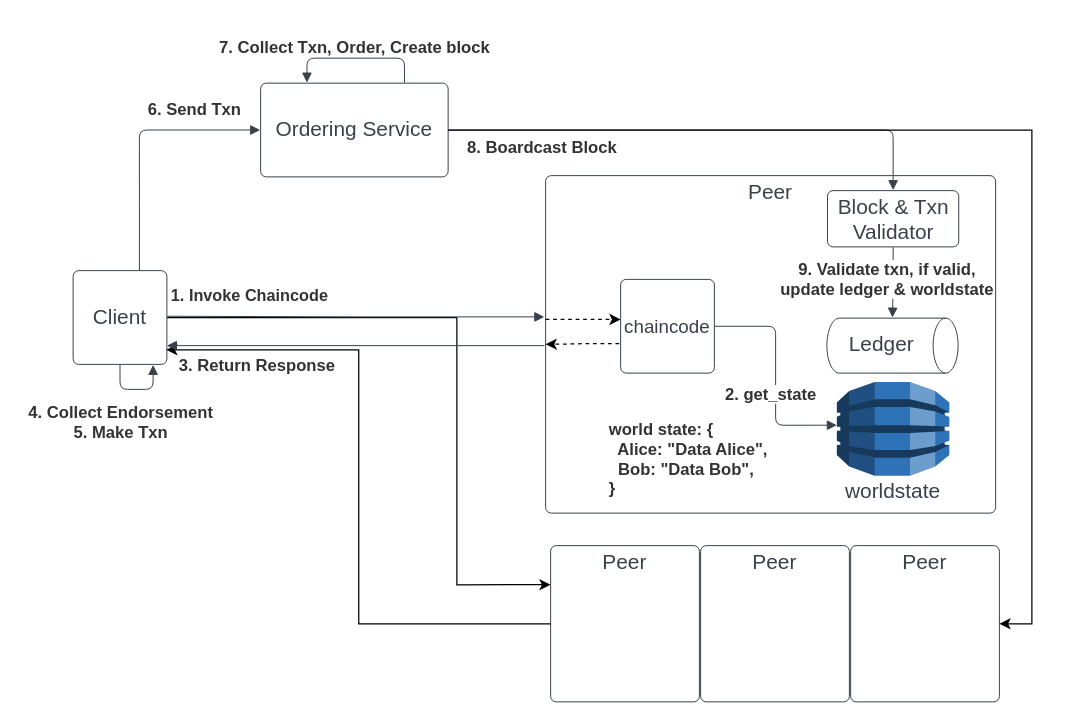
This is fabric.drawio from chenchanglew/systex2024, a draw.io file, before an edit. Source tidied: cells renumbered, new cells numbered last; positions are measured from the earlier drawing's top-left corner, leaving out a move shared by most shapes. Both pictures are drawn from the tidied source at 125%, with x=0, y=0 at pixel (72, 58).
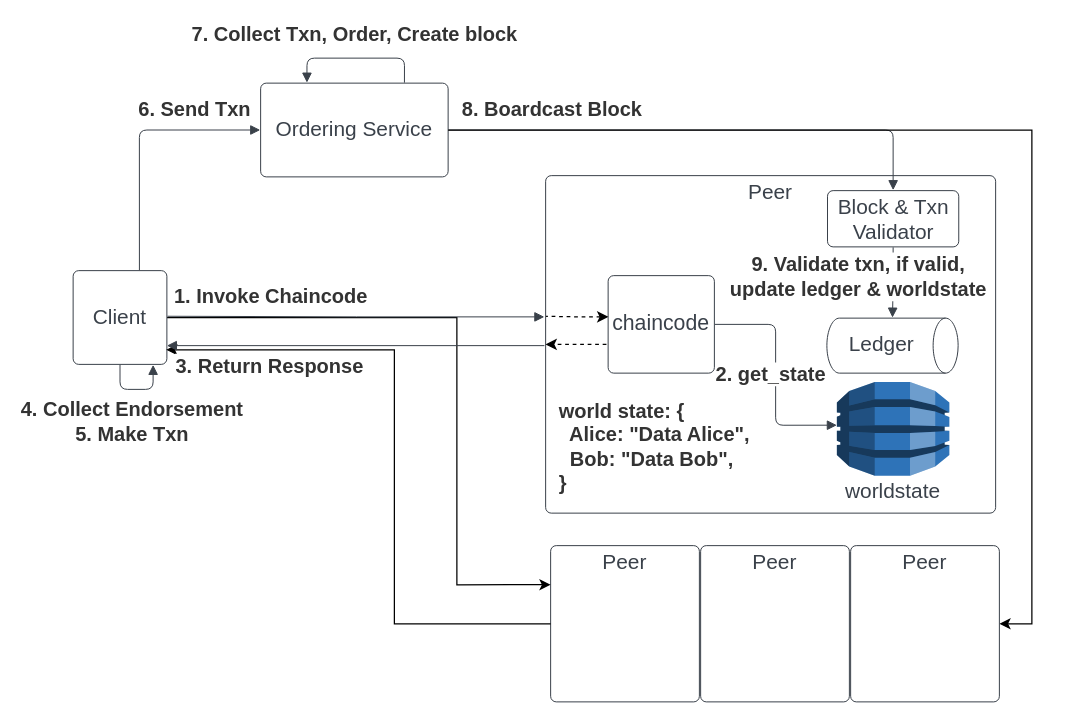
The same diagram, later.

Commit message:
Make font bigger fabric.drawio

Unchanged cells that the change refers to:
```xml
<mxCell id="2" value="Peer&#10;&#10;&#10;&#10;&#10;&#10;&#10;&#10;&#10;&#10;&#10;&#10;&#10;" style="html=1;overflow=block;blockSpacing=1;whiteSpace=wrap;fontSize=16.7;fontColor=#3a414a;spacing=3.8;strokeColor=#3a414a;strokeOpacity=100;rounded=1;absoluteArcSize=1;arcSize=9;strokeWidth=0.8;lucidId=gJdIC6EkD9Za;" parent="1" vertex="1">
  <mxGeometry x="382" y="390" width="119" height="125" as="geometry" />
</mxCell>
<mxCell id="4" value="Client" style="html=1;overflow=block;blockSpacing=1;whiteSpace=wrap;fontSize=16.7;fontColor=#3a414a;spacing=3.8;strokeColor=#3a414a;strokeOpacity=100;rounded=1;absoluteArcSize=1;arcSize=9;strokeWidth=0.8;lucidId=gJdIgxv0D-uK;" parent="1" vertex="1">
  <mxGeometry y="170" width="75" height="75" as="geometry" />
</mxCell>
<mxCell id="6" value="Peer&#10;&#10;&#10;&#10;&#10;&#10;&#10;&#10;&#10;&#10;&#10;&#10;&#10;" style="html=1;overflow=block;blockSpacing=1;whiteSpace=wrap;fontSize=16.7;fontColor=#3a414a;spacing=3.8;strokeColor=#3a414a;strokeOpacity=100;rounded=1;absoluteArcSize=1;arcSize=9;strokeWidth=0.8;lucidId=gJdIC6EkD9Za;" parent="1" vertex="1">
  <mxGeometry x="378" y="94" width="360" height="270" as="geometry" />
</mxCell>
<mxCell id="12" style="html=1;jettySize=18;whiteSpace=wrap;fontSize=13;strokeColor=#3a414a;strokeOpacity=100;strokeWidth=0.8;rounded=1;arcSize=12;edgeStyle=orthogonalEdgeStyle;startArrow=none;endArrow=block;endFill=1;exitX=1.005;exitY=0.5;exitPerimeter=0;entryX=0;entryY=0.462;entryPerimeter=0;lucidId=gJdI9AyTRsS.;" parent="6" edge="1" source="8" target="9">
  <mxGeometry relative="1" as="geometry" />
</mxCell>
<mxCell id="14" style="html=1;jettySize=18;whiteSpace=wrap;fontSize=13;strokeColor=#3a414a;strokeOpacity=100;strokeWidth=0.8;rounded=1;arcSize=12;edgeStyle=orthogonalEdgeStyle;startArrow=none;endArrow=block;endFill=1;exitX=0.5;exitY=1.008;exitPerimeter=0;entryX=0.5;entryY=-0.009;entryPerimeter=0;lucidId=gJdIpPk4oHPC;" parent="6" edge="1" source="10" target="11">
  <mxGeometry relative="1" as="geometry" />
</mxCell>
<mxCell id="18" style="html=1;jettySize=18;whiteSpace=wrap;fontSize=13;strokeColor=#3a414a;strokeOpacity=100;strokeWidth=0.8;rounded=1;arcSize=12;edgeStyle=orthogonalEdgeStyle;startArrow=none;endArrow=block;endFill=1;exitX=1.005;exitY=0.5;exitPerimeter=0;lucidId=gJdIXWOxPbk5;" parent="1" edge="1">
  <mxGeometry relative="1" as="geometry">
    <mxPoint x="75.4" y="206.5" as="sourcePoint" />
    <mxPoint x="377" y="207" as="targetPoint" />
  </mxGeometry>
</mxCell>
<mxCell id="21" style="html=1;jettySize=18;whiteSpace=wrap;overflow=block;blockSpacing=1;fontSize=13;strokeColor=#3a414a;strokeOpacity=100;strokeWidth=0.8;rounded=1;arcSize=12;edgeStyle=orthogonalEdgeStyle;startArrow=none;endArrow=block;endFill=1;exitX=0.5;exitY=1.005;exitPerimeter=0;entryX=0.853;entryY=1.005;entryPerimeter=0;lucidId=gJdI6e9lcOTb;" parent="1" edge="1" source="4" target="4">
  <mxGeometry relative="1" as="geometry">
    <Array as="points">
      <mxPoint x="38" y="265" />
      <mxPoint x="64" y="265" />
    </Array>
  </mxGeometry>
</mxCell>
<mxCell id="23" style="html=1;jettySize=18;whiteSpace=wrap;fontSize=13;strokeColor=#3a414a;strokeOpacity=100;strokeWidth=0.8;rounded=1;arcSize=12;edgeStyle=orthogonalEdgeStyle;startArrow=none;endArrow=block;endFill=1;exitX=0.707;exitY=-0.005;exitPerimeter=0;entryX=-0.002;entryY=0.5;entryPerimeter=0;lucidId=gJdIMfJJn0Pu;" parent="1" edge="1" source="4" target="5">
  <mxGeometry relative="1" as="geometry" />
</mxCell>
<mxCell id="25" style="html=1;jettySize=18;whiteSpace=wrap;fontSize=13;strokeColor=#3a414a;strokeOpacity=100;strokeWidth=0.8;rounded=1;arcSize=12;edgeStyle=orthogonalEdgeStyle;startArrow=none;endArrow=block;endFill=1;exitX=0.767;exitY=-0.005;exitPerimeter=0;entryX=0.247;entryY=-0.005;entryPerimeter=0;lucidId=gJdIUVIgrSRE;" parent="1" edge="1" source="5" target="5">
  <mxGeometry relative="1" as="geometry">
    <Array as="points">
      <mxPoint x="265" />
      <mxPoint x="187" />
    </Array>
  </mxGeometry>
</mxCell>
<mxCell id="28" style="html=1;jettySize=18;whiteSpace=wrap;fontSize=13;strokeColor=#3a414a;strokeOpacity=100;strokeWidth=0.8;rounded=1;arcSize=12;edgeStyle=orthogonalEdgeStyle;startArrow=none;endArrow=block;endFill=1;lucidId=gJdIGSDJXt0t;" parent="1" edge="1">
  <mxGeometry relative="1" as="geometry">
    <mxPoint x="377" y="230" as="sourcePoint" />
    <mxPoint x="75" y="230" as="targetPoint" />
  </mxGeometry>
</mxCell>
<mxCell id="30" style="html=1;jettySize=18;whiteSpace=wrap;fontSize=13;strokeColor=#3a414a;strokeOpacity=100;strokeWidth=0.8;rounded=1;arcSize=12;edgeStyle=orthogonalEdgeStyle;startArrow=none;endArrow=block;endFill=1;exitX=1.002;exitY=0.5;exitPerimeter=0;entryX=0.5;entryY=-0.008;entryPerimeter=0;lucidId=gJdI1uD7Hwsn;" parent="1" edge="1" source="5" target="10">
  <mxGeometry relative="1" as="geometry" />
</mxCell>
```

Diff of the diagram source:
```diff
@@
-    <mxCell id="7" style="edgeStyle=orthogonalEdgeStyle;rounded=0;jettySize=auto;html=1;entryX=0;entryY=0.5;entryDx=0;entryDy=0;exitX=-0.015;exitY=0.684;exitDx=0;exitDy=0;exitPerimeter=0;dashed=1;" parent="6" edge="1" source="8" target="6">
-      <mxGeometry relative="1" as="geometry">
-        <Array as="points">
-          <mxPoint x="40" y="134" />
-        </Array>
-      </mxGeometry>
-    </mxCell>
+    <mxCell id="35" style="edgeStyle=orthogonalEdgeStyle;rounded=0;jettySize=auto;html=1;entryX=0;entryY=0.5;entryDx=0;entryDy=0;exitX=-0.016;exitY=0.705;exitDx=0;exitDy=0;exitPerimeter=0;dashed=1;" parent="6" edge="1" source="8" target="6">
+      <mxGeometry relative="1" as="geometry">
+        <Array as="points">
+          <mxPoint x="39" y="135" />
+          <mxPoint x="39" y="135" />
+        </Array>
+      </mxGeometry>
+    </mxCell>
-    <mxCell id="8" value="&lt;font style=&quot;font-size: 15px;&quot;&gt;chaincode&lt;/font&gt;" style="html=1;overflow=block;blockSpacing=1;whiteSpace=wrap;fontSize=16.7;fontColor=#3a414a;spacing=3.8;strokeColor=#3a414a;strokeOpacity=100;rounded=1;absoluteArcSize=1;arcSize=9;strokeWidth=0.8;lucidId=gJdI5SxZYz~T;" parent="6" vertex="1">
-      <mxGeometry x="60" y="83" width="75" height="75" as="geometry" />
+    <mxCell id="8" value="&lt;font style=&quot;font-size: 17px;&quot;&gt;chaincode&lt;/font&gt;" style="html=1;overflow=block;blockSpacing=1;whiteSpace=wrap;fontSize=16.7;fontColor=#3a414a;spacing=3.8;strokeColor=#3a414a;strokeOpacity=100;rounded=1;absoluteArcSize=1;arcSize=9;strokeWidth=0.8;lucidId=gJdI5SxZYz~T;" parent="6" vertex="1">
+      <mxGeometry x="50" y="80" width="85" height="78" as="geometry" />
     </mxCell>
@@
-    <mxCell id="13" value="2. get_state" style="text;html=1;labelBackgroundColor=default;align=center;verticalAlign=middle;fontStyle=1;fontColor=#333333;fontSize=13.3;" parent="12" vertex="1">
+    <mxCell id="13" value="&lt;font style=&quot;font-size: 16px;&quot;&gt;2. get_state&lt;/font&gt;" style="text;html=1;labelBackgroundColor=default;align=center;verticalAlign=middle;fontStyle=1;fontColor=#333333;fontSize=13.3;" parent="12" vertex="1">
       <mxGeometry x="-0.48" relative="1" as="geometry">
-        <mxPoint x="-2" y="54" as="offset" />
+        <mxPoint x="-2" y="39" as="offset" />
       </mxGeometry>
     </mxCell>
@@
-    <mxCell id="15" value="9. Validate txn, if valid,&#10;update ledger &amp; worldstate" style="text;html=1;labelBackgroundColor=default;align=center;verticalAlign=middle;fontStyle=1;fontColor=#333333;fontSize=13.3;" parent="14" vertex="1">
+    <mxCell id="15" value="&lt;font style=&quot;font-size: 16px;&quot;&gt;9. Validate txn, if valid,&lt;br&gt;update ledger &amp;amp; worldstate&lt;/font&gt;" style="text;html=1;labelBackgroundColor=default;align=center;verticalAlign=middle;fontStyle=1;fontColor=#333333;fontSize=13.3;" parent="14" vertex="1">
       <mxGeometry x="-0.36" relative="1" as="geometry">
-        <mxPoint x="-6" y="7" as="offset" />
+        <mxPoint x="-29" y="5" as="offset" />
       </mxGeometry>
     </mxCell>
-    <mxCell id="16" style="edgeStyle=orthogonalEdgeStyle;rounded=0;orthogonalLoop=1;jettySize=auto;html=1;dashed=1;" parent="6" edge="1">
-      <mxGeometry relative="1" as="geometry">
-        <mxPoint y="115" as="sourcePoint" />
-        <mxPoint x="60" y="115" as="targetPoint" />
-      </mxGeometry>
-    </mxCell>
-    <mxCell id="17" value="world state: {&lt;br&gt;&amp;nbsp; Alice: &quot;Data Alice&quot;,&lt;br&gt;&amp;nbsp; Bob: &quot;Data Bob&quot;,&lt;br&gt;}" style="text;html=1;labelBackgroundColor=default;align=left;verticalAlign=middle;fontStyle=1;fontColor=#333333;fontSize=13.3;" parent="6" vertex="1">
-      <mxGeometry x="49" y="226" as="geometry" />
+    <mxCell id="17" value="&lt;font style=&quot;font-size: 16px;&quot;&gt;world state: {&lt;br&gt;&amp;nbsp; Alice: &quot;Data Alice&quot;,&lt;br&gt;&amp;nbsp; Bob: &quot;Data Bob&quot;,&lt;br&gt;}&lt;/font&gt;" style="text;html=1;labelBackgroundColor=default;align=left;verticalAlign=middle;fontStyle=1;fontColor=#333333;fontSize=13.3;" parent="6" vertex="1">
+      <mxGeometry x="9" y="216" as="geometry" />
     </mxCell>
+    <mxCell id="36" style="edgeStyle=orthogonalEdgeStyle;rounded=0;jettySize=auto;html=1;entryX=0.001;entryY=0.417;entryDx=0;entryDy=0;entryPerimeter=0;exitX=0.002;exitY=0.423;exitDx=0;exitDy=0;exitPerimeter=0;dashed=1;startArrow=classic;startFill=1;endArrow=none;endFill=0;" parent="6" edge="1" source="8" target="6">
+      <mxGeometry relative="1" as="geometry">
+        <Array as="points">
+          <mxPoint x="29" y="113" />
+        </Array>
+      </mxGeometry>
+    </mxCell>
@@
-    <mxCell id="19" value="&lt;font size=&quot;2&quot; color=&quot;#333333&quot;&gt;&lt;span style=&quot;caret-color: rgb(51, 51, 51);&quot;&gt;&lt;b&gt;1. Invoke Chaincode&lt;/b&gt;&lt;/span&gt;&lt;/font&gt;" style="text;html=1;labelBackgroundColor=default;align=center;verticalAlign=middle;" parent="18" vertex="1">
+    <mxCell id="19" value="&lt;font size=&quot;1&quot; color=&quot;#333333&quot;&gt;&lt;span style=&quot;caret-color: rgb(51, 51, 51);&quot;&gt;&lt;b style=&quot;font-size: 16px;&quot;&gt;1. Invoke Chaincode&lt;/b&gt;&lt;/span&gt;&lt;/font&gt;" style="text;html=1;labelBackgroundColor=default;align=center;verticalAlign=middle;" parent="18" vertex="1">
       <mxGeometry x="-0.66" relative="1" as="geometry">
-        <mxPoint x="14" y="-17" as="offset" />
+        <mxPoint x="31" y="-17" as="offset" />
       </mxGeometry>
     </mxCell>
@@
-    <mxCell id="22" value="4. Collect Endorsement&#10;5. Make Txn" style="text;html=1;labelBackgroundColor=default;align=center;verticalAlign=middle;fontStyle=1;fontColor=#333333;fontSize=13.3;" parent="21" vertex="1">
+    <mxCell id="22" value="&lt;font style=&quot;font-size: 16px;&quot;&gt;4. Collect Endorsement&lt;br&gt;5. Make Txn&lt;/font&gt;" style="text;html=1;labelBackgroundColor=default;align=center;verticalAlign=middle;fontStyle=1;fontColor=#333333;fontSize=13.3;" parent="21" vertex="1">
       <mxGeometry relative="1" as="geometry">
-        <mxPoint x="-13" y="25" as="offset" />
+        <mxPoint x="-4" y="25" as="offset" />
       </mxGeometry>
     </mxCell>
@@
-    <mxCell id="24" value="6. Send Txn" style="text;html=1;labelBackgroundColor=default;align=center;verticalAlign=middle;fontStyle=1;fontColor=#333333;fontSize=13.3;" parent="23" vertex="1">
+    <mxCell id="24" value="&lt;font style=&quot;font-size: 16px;&quot;&gt;6. Send Txn&lt;/font&gt;" style="text;html=1;labelBackgroundColor=default;align=center;verticalAlign=middle;fontStyle=1;fontColor=#333333;fontSize=13.3;" parent="23" vertex="1">
       <mxGeometry x="0.59" relative="1" as="geometry">
         <mxPoint x="-10" y="-17" as="offset" />
       </mxGeometry>
     </mxCell>
@@
-    <mxCell id="26" value="7. Collect Txn, Order, Create block" style="text;html=1;labelBackgroundColor=default;align=center;verticalAlign=middle;fontStyle=1;fontColor=#333333;fontSize=13.3;" parent="25" vertex="1">
+    <mxCell id="26" value="&lt;font style=&quot;font-size: 16px;&quot;&gt;7. Collect Txn, Order, Create block&lt;/font&gt;" style="text;html=1;labelBackgroundColor=default;align=center;verticalAlign=middle;fontStyle=1;fontColor=#333333;fontSize=13.3;" parent="25" vertex="1">
       <mxGeometry relative="1" as="geometry">
-        <mxPoint x="-1" y="-10" as="offset" />
+        <mxPoint x="-1" y="-20" as="offset" />
       </mxGeometry>
     </mxCell>
     <mxCell id="27" style="edgeStyle=orthogonalEdgeStyle;rounded=0;jettySize=auto;html=1;entryX=0.993;entryY=0.844;entryDx=0;entryDy=0;entryPerimeter=0;exitX=0;exitY=0.5;exitDx=0;exitDy=0;" parent="1" edge="1" source="2" target="4">
-      <mxGeometry relative="1" as="geometry" />
+      <mxGeometry relative="1" as="geometry">
+        <Array as="points">
+          <mxPoint x="257" y="453" />
+          <mxPoint x="257" y="233" />
+        </Array>
+      </mxGeometry>
     </mxCell>
@@
-    <mxCell id="29" value="3. Return Response" style="text;html=1;labelBackgroundColor=default;align=center;verticalAlign=middle;fontStyle=1;fontColor=#333333;fontSize=13.3;" parent="28" vertex="1">
+    <mxCell id="29" value="&lt;font style=&quot;font-size: 16px;&quot;&gt;3. Return Response&lt;/font&gt;" style="text;html=1;labelBackgroundColor=default;align=center;verticalAlign=middle;fontStyle=1;fontColor=#333333;fontSize=13.3;" parent="28" vertex="1">
       <mxGeometry x="0.51" relative="1" as="geometry">
-        <mxPoint x="-3" y="15" as="offset" />
+        <mxPoint x="7" y="15" as="offset" />
       </mxGeometry>
     </mxCell>
@@
-    <mxCell id="31" value="8. Boardcast Block" style="text;html=1;labelBackgroundColor=default;align=center;verticalAlign=middle;fontStyle=1;fontColor=#333333;fontSize=13.3;" parent="30" vertex="1">
+    <mxCell id="31" value="&lt;font style=&quot;font-size: 16px;&quot;&gt;8. Boardcast Block&lt;/font&gt;" style="text;html=1;labelBackgroundColor=default;align=center;verticalAlign=middle;fontStyle=1;fontColor=#333333;fontSize=13.3;" parent="30" vertex="1">
       <mxGeometry x="-0.48" relative="1" as="geometry">
-        <mxPoint x="-31" y="13" as="offset" />
+        <mxPoint x="-23" y="-17" as="offset" />
       </mxGeometry>
     </mxCell>
```
